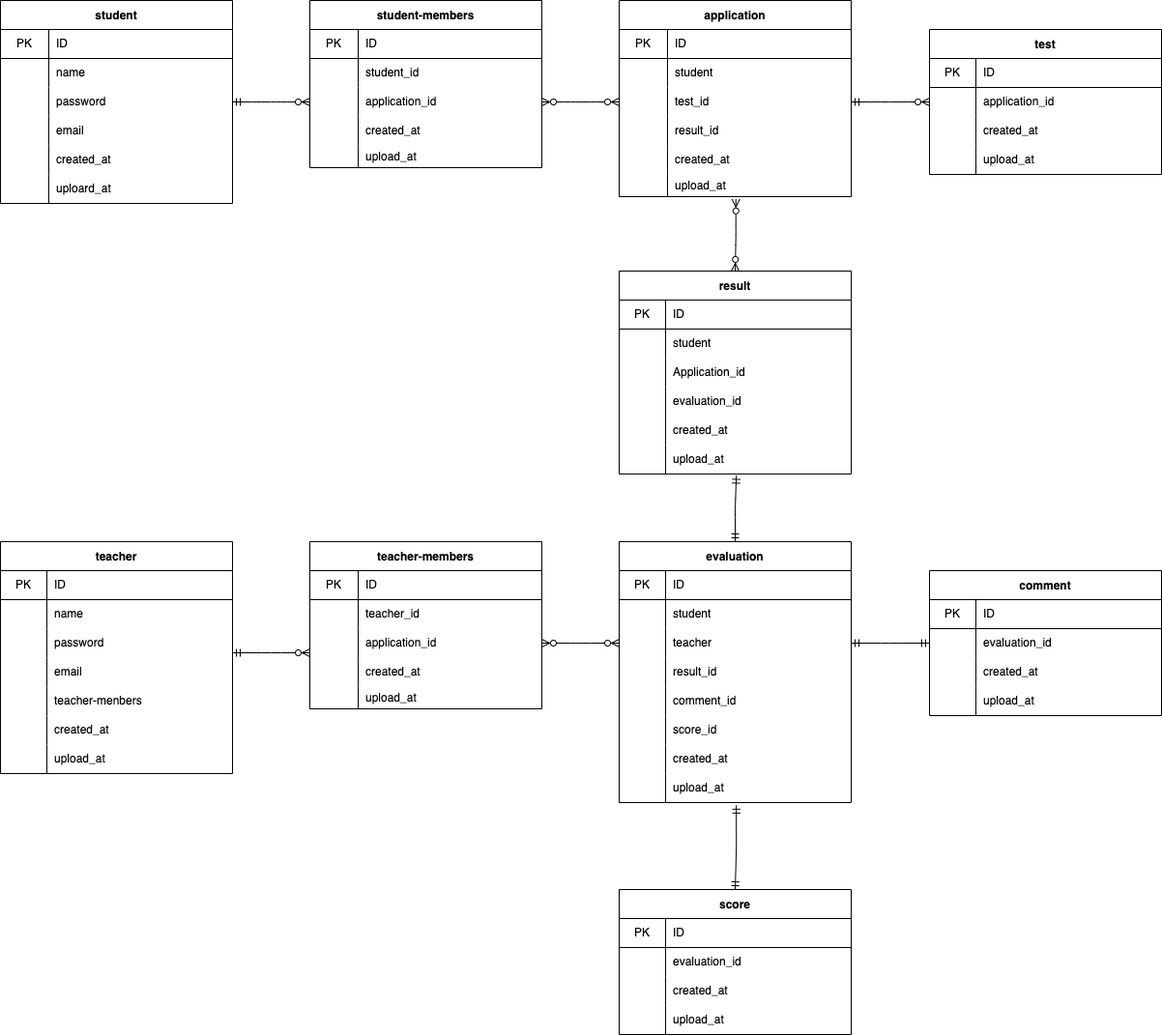
The draw.io diagram index.drawio.png in nishimura87/20220731nishimura, before a commit. Source tidied: cells renumbered, new cells last; positions are measured from the earlier drawing's top-left corner, leaving out a move shared by most shapes.
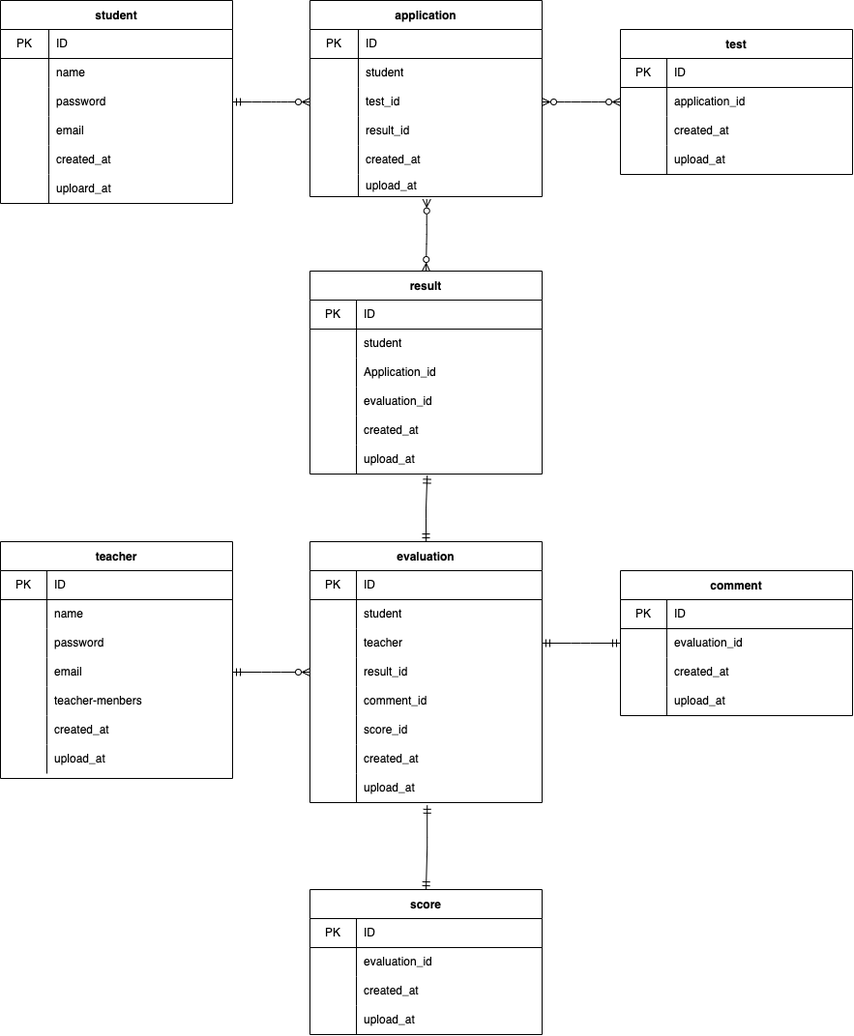
The same diagram one commit later.

Change to the diagram source:
```diff
@@ -3,7 +3,7 @@
     <mxCell id="0" />
     <mxCell id="1" parent="0" />
     <mxCell id="2" value="student" style="shape=table;startSize=30;rowLines=0;fontStyle=1;align=center;" parent="1" vertex="1">
-      <mxGeometry width="240" height="210" as="geometry" />
+      <mxGeometry x="320" width="240" height="210" as="geometry" />
     </mxCell>
     <mxCell id="3" style="shape=partialRectangle;html=1;whiteSpace=wrap;fillColor=none;top=0;left=0;bottom=1;right=0;" parent="2" vertex="1">
       <mxGeometry y="30" width="240" height="30" as="geometry" />
@@ -156,7 +156,7 @@
       <mxGeometry x="48" width="192" height="30" as="geometry" />
     </mxCell>
     <mxCell id="53" value="teacher" style="shape=table;startSize=30;rowLines=0;fontStyle=1;align=center;" parent="1" vertex="1">
-      <mxGeometry y="560" width="240" height="240" as="geometry" />
+      <mxGeometry x="320" y="560" width="240" height="245" as="geometry" />
     </mxCell>
     <mxCell id="54" style="shape=partialRectangle;html=1;whiteSpace=wrap;fillColor=none;top=0;left=0;bottom=1;right=0;" parent="53" vertex="1">
       <mxGeometry y="30" width="240" height="30" as="geometry" />
@@ -221,10 +221,10 @@
     <mxCell id="74" value="upload_at" style="shape=partialRectangle;html=1;whiteSpace=wrap;fillColor=none;top=0;left=0;bottom=0;right=0;align=left;spacingLeft=6;overflow=hidden;" parent="72" vertex="1">
       <mxGeometry x="48" width="192" height="30" as="geometry" />
     </mxCell>
-    <mxCell id="75" style="endArrow=ERzeroToMany;html=1;exitX=1;exitY=0.5;exitDx=0;exitDy=0;entryX=0;entryY=0.5;entryDx=0;entryDy=0;edgeStyle=entityRelationEdgeStyle;endFill=0;startArrow=ERmandOne;startFill=0;" parent="1" edge="1" source="9" target="138">
+    <mxCell id="75" style="endArrow=ERzeroToMany;html=1;exitX=1;exitY=0.5;exitDx=0;exitDy=0;entryX=0;entryY=0.5;entryDx=0;entryDy=0;edgeStyle=entityRelationEdgeStyle;endFill=0;startArrow=ERmandOne;startFill=0;" parent="1" edge="1" source="9" target="28">
       <mxGeometry relative="1" as="geometry" />
     </mxCell>
-    <mxCell id="76" style="endArrow=ERzeroToMany;html=1;edgeStyle=entityRelationEdgeStyle;endFill=0;startArrow=ERmandOne;startFill=0;elbow=vertical;exitX=1;exitY=0.5;exitDx=0;exitDy=0;entryX=0;entryY=0.5;entryDx=0;entryDy=0;" parent="1" edge="1" source="28" target="44">
+    <mxCell id="76" style="endArrow=ERzeroToMany;html=1;edgeStyle=entityRelationEdgeStyle;endFill=0;startArrow=ERzeroToMany;startFill=0;elbow=vertical;exitX=1;exitY=0.5;exitDx=0;exitDy=0;entryX=0;entryY=0.5;entryDx=0;entryDy=0;" parent="1" edge="1" source="28" target="44">
       <mxGeometry relative="1" as="geometry" />
     </mxCell>
     <mxCell id="77" style="edgeStyle=elbowEdgeStyle;html=1;startArrow=ERzeroToMany;startFill=0;endArrow=ERzeroToMany;endFill=0;exitX=0.503;exitY=1.118;exitDx=0;exitDy=0;exitPerimeter=0;entryX=0.5;entryY=0;entryDx=0;entryDy=0;elbow=vertical;" parent="1" edge="1" source="37" target="148">
@@ -389,57 +389,6 @@
     <mxCell id="130" style="edgeStyle=elbowEdgeStyle;elbow=vertical;html=1;startArrow=ERmandOne;startFill=0;endArrow=ERmandOne;endFill=0;exitX=0.505;exitY=1.095;exitDx=0;exitDy=0;exitPerimeter=0;entryX=0.5;entryY=0;entryDx=0;entryDy=0;" parent="1" edge="1" source="100" target="103">
       <mxGeometry relative="1" as="geometry" />
     </mxCell>
-    <mxCell id="131" value="student-members" style="shape=table;startSize=30;rowLines=0;fontStyle=1;align=center;" parent="1" vertex="1">
-      <mxGeometry x="320" width="240" height="173" as="geometry" />
-    </mxCell>
-    <mxCell id="132" style="shape=partialRectangle;html=1;whiteSpace=wrap;fillColor=none;top=0;left=0;bottom=1;right=0;" parent="131" vertex="1">
-      <mxGeometry y="30" width="240" height="30" as="geometry" />
-    </mxCell>
-    <mxCell id="133" value="PK" style="shape=partialRectangle;html=1;whiteSpace=wrap;fillColor=none;top=0;left=0;bottom=0;right=0;overflow=hidden;" parent="132" vertex="1">
-      <mxGeometry width="50" height="30" as="geometry" />
-    </mxCell>
-    <mxCell id="134" value="ID" style="shape=partialRectangle;html=1;whiteSpace=wrap;fillColor=none;top=0;left=0;bottom=0;right=0;align=left;spacingLeft=6;overflow=hidden;" parent="132" vertex="1">
-      <mxGeometry x="50" width="190" height="30" as="geometry" />
-    </mxCell>
-    <mxCell id="135" style="shape=partialRectangle;html=1;whiteSpace=wrap;fillColor=none;top=0;left=0;bottom=0;right=0;" parent="131" vertex="1">
-      <mxGeometry y="60" width="240" height="30" as="geometry" />
-    </mxCell>
-    <mxCell id="136" style="shape=partialRectangle;html=1;whiteSpace=wrap;fillColor=none;top=0;left=0;bottom=0;right=0;overflow=hidden;" parent="135" vertex="1">
-      <mxGeometry width="50" height="30" as="geometry" />
-    </mxCell>
-    <mxCell id="137" value="student_id" style="shape=partialRectangle;html=1;whiteSpace=wrap;fillColor=none;top=0;left=0;bottom=0;right=0;align=left;spacingLeft=6;overflow=hidden;" parent="135" vertex="1">
-      <mxGeometry x="50" width="190" height="30" as="geometry" />
-    </mxCell>
-    <mxCell id="138" style="shape=partialRectangle;html=1;whiteSpace=wrap;fillColor=none;top=0;left=0;bottom=0;right=0;points=[[0,0.5],[1,0.5]];portConstraint=eastwest;" parent="131" vertex="1">
-      <mxGeometry y="90" width="240" height="30" as="geometry" />
-    </mxCell>
-    <mxCell id="139" style="shape=partialRectangle;html=1;whiteSpace=wrap;fillColor=none;top=0;left=0;bottom=0;right=0;overflow=hidden;" parent="138" vertex="1">
-      <mxGeometry width="50" height="30" as="geometry" />
-    </mxCell>
-    <mxCell id="140" value="application_id" style="shape=partialRectangle;html=1;whiteSpace=wrap;fillColor=none;top=0;left=0;bottom=0;right=0;align=left;spacingLeft=6;overflow=hidden;" parent="138" vertex="1">
-      <mxGeometry x="50" width="190" height="30" as="geometry" />
-    </mxCell>
-    <mxCell id="141" style="shape=partialRectangle;html=1;whiteSpace=wrap;fillColor=none;top=0;left=0;bottom=0;right=0;" parent="131" vertex="1">
-      <mxGeometry y="120" width="240" height="30" as="geometry" />
-    </mxCell>
-    <mxCell id="142" style="shape=partialRectangle;html=1;whiteSpace=wrap;fillColor=none;top=0;left=0;bottom=0;right=0;overflow=hidden;" parent="141" vertex="1">
-      <mxGeometry width="50" height="30" as="geometry" />
-    </mxCell>
-    <mxCell id="143" value="created_at" style="shape=partialRectangle;html=1;whiteSpace=wrap;fillColor=none;top=0;left=0;bottom=0;right=0;align=left;spacingLeft=6;overflow=hidden;" parent="141" vertex="1">
-      <mxGeometry x="50" width="190" height="30" as="geometry" />
-    </mxCell>
-    <mxCell id="144" style="shape=partialRectangle;html=1;whiteSpace=wrap;fillColor=none;top=0;left=0;bottom=0;right=0;" parent="131" vertex="1">
-      <mxGeometry y="150" width="240" height="23" as="geometry" />
-    </mxCell>
-    <mxCell id="145" style="shape=partialRectangle;html=1;whiteSpace=wrap;fillColor=none;top=0;left=0;bottom=0;right=0;overflow=hidden;" parent="144" vertex="1">
-      <mxGeometry width="50" height="23" as="geometry" />
-    </mxCell>
-    <mxCell id="146" value="upload_at" style="shape=partialRectangle;html=1;whiteSpace=wrap;fillColor=none;top=0;left=0;bottom=0;right=0;align=left;spacingLeft=6;overflow=hidden;" parent="144" vertex="1">
-      <mxGeometry x="50" width="190" height="23" as="geometry" />
-    </mxCell>
-    <mxCell id="147" style="endArrow=ERzeroToMany;html=1;exitX=0;exitY=0.5;exitDx=0;exitDy=0;entryX=1;entryY=0.5;entryDx=0;entryDy=0;edgeStyle=entityRelationEdgeStyle;endFill=0;startArrow=ERzeroToMany;startFill=0;" parent="1" edge="1" source="28" target="138">
-      <mxGeometry relative="1" as="geometry" />
-    </mxCell>
     <mxCell id="148" value="result" style="shape=table;startSize=30;rowLines=0;fontStyle=1;align=center;" parent="1" vertex="1">
       <mxGeometry x="640" y="280" width="240" height="210" as="geometry" />
     </mxCell>
@@ -497,65 +446,11 @@
     <mxCell id="166" value="upload_at" style="shape=partialRectangle;html=1;whiteSpace=wrap;fillColor=none;top=0;left=0;bottom=0;right=0;align=left;spacingLeft=6;overflow=hidden;" parent="164" vertex="1">
       <mxGeometry x="48" width="192" height="30" as="geometry" />
     </mxCell>
-    <mxCell id="167" value="teacher-members" style="shape=table;startSize=30;rowLines=0;fontStyle=1;align=center;" parent="1" vertex="1">
-      <mxGeometry x="320" y="560" width="240" height="173" as="geometry" />
-    </mxCell>
-    <mxCell id="168" style="shape=partialRectangle;html=1;whiteSpace=wrap;fillColor=none;top=0;left=0;bottom=1;right=0;" parent="167" vertex="1">
-      <mxGeometry y="30" width="240" height="30" as="geometry" />
-    </mxCell>
-    <mxCell id="169" value="PK" style="shape=partialRectangle;html=1;whiteSpace=wrap;fillColor=none;top=0;left=0;bottom=0;right=0;overflow=hidden;" parent="168" vertex="1">
-      <mxGeometry width="50" height="30" as="geometry" />
-    </mxCell>
-    <mxCell id="170" value="ID" style="shape=partialRectangle;html=1;whiteSpace=wrap;fillColor=none;top=0;left=0;bottom=0;right=0;align=left;spacingLeft=6;overflow=hidden;" parent="168" vertex="1">
-      <mxGeometry x="50" width="190" height="30" as="geometry" />
-    </mxCell>
-    <mxCell id="171" style="shape=partialRectangle;html=1;whiteSpace=wrap;fillColor=none;top=0;left=0;bottom=0;right=0;" parent="167" vertex="1">
-      <mxGeometry y="60" width="240" height="30" as="geometry" />
-    </mxCell>
-    <mxCell id="172" style="shape=partialRectangle;html=1;whiteSpace=wrap;fillColor=none;top=0;left=0;bottom=0;right=0;overflow=hidden;" parent="171" vertex="1">
-      <mxGeometry width="50" height="30" as="geometry" />
-    </mxCell>
-    <mxCell id="173" value="teacher_id" style="shape=partialRectangle;html=1;whiteSpace=wrap;fillColor=none;top=0;left=0;bottom=0;right=0;align=left;spacingLeft=6;overflow=hidden;" parent="171" vertex="1">
-      <mxGeometry x="50" width="190" height="30" as="geometry" />
-    </mxCell>
-    <mxCell id="174" style="shape=partialRectangle;html=1;whiteSpace=wrap;fillColor=none;top=0;left=0;bottom=0;right=0;points=[[0,0.5],[1,0.5]];portConstraint=eastwest;" parent="167" vertex="1">
-      <mxGeometry y="90" width="240" height="30" as="geometry" />
-    </mxCell>
-    <mxCell id="175" style="shape=partialRectangle;html=1;whiteSpace=wrap;fillColor=none;top=0;left=0;bottom=0;right=0;overflow=hidden;" parent="174" vertex="1">
-      <mxGeometry width="50" height="30" as="geometry" />
-    </mxCell>
-    <mxCell id="176" value="application_id" style="shape=partialRectangle;html=1;whiteSpace=wrap;fillColor=none;top=0;left=0;bottom=0;right=0;align=left;spacingLeft=6;overflow=hidden;" parent="174" vertex="1">
-      <mxGeometry x="50" width="190" height="30" as="geometry" />
-    </mxCell>
-    <mxCell id="177" style="shape=partialRectangle;html=1;whiteSpace=wrap;fillColor=none;top=0;left=0;bottom=0;right=0;" parent="167" vertex="1">
-      <mxGeometry y="120" width="240" height="30" as="geometry" />
-    </mxCell>
-    <mxCell id="178" style="shape=partialRectangle;html=1;whiteSpace=wrap;fillColor=none;top=0;left=0;bottom=0;right=0;overflow=hidden;" parent="177" vertex="1">
-      <mxGeometry width="50" height="30" as="geometry" />
-    </mxCell>
-    <mxCell id="179" value="created_at" style="shape=partialRectangle;html=1;whiteSpace=wrap;fillColor=none;top=0;left=0;bottom=0;right=0;align=left;spacingLeft=6;overflow=hidden;" parent="177" vertex="1">
-      <mxGeometry x="50" width="190" height="30" as="geometry" />
-    </mxCell>
-    <mxCell id="180" style="shape=partialRectangle;html=1;whiteSpace=wrap;fillColor=none;top=0;left=0;bottom=0;right=0;" parent="167" vertex="1">
-      <mxGeometry y="150" width="240" height="23" as="geometry" />
-    </mxCell>
-    <mxCell id="181" style="shape=partialRectangle;html=1;whiteSpace=wrap;fillColor=none;top=0;left=0;bottom=0;right=0;overflow=hidden;" parent="180" vertex="1">
-      <mxGeometry width="50" height="23" as="geometry" />
-    </mxCell>
-    <mxCell id="182" value="upload_at" style="shape=partialRectangle;html=1;whiteSpace=wrap;fillColor=none;top=0;left=0;bottom=0;right=0;align=left;spacingLeft=6;overflow=hidden;" parent="180" vertex="1">
-      <mxGeometry x="50" width="190" height="23" as="geometry" />
-    </mxCell>
-    <mxCell id="183" style="edgeStyle=elbowEdgeStyle;elbow=vertical;html=1;startArrow=ERzeroToMany;startFill=0;endArrow=ERmandOne;endFill=0;exitX=0;exitY=0.5;exitDx=0;exitDy=0;entryX=1;entryY=0.5;entryDx=0;entryDy=0;" parent="1" edge="1">
-      <mxGeometry relative="1" as="geometry">
-        <mxPoint x="320" y="675" as="sourcePoint" />
-        <mxPoint x="240" y="675" as="targetPoint" />
-      </mxGeometry>
+    <mxCell id="183" style="edgeStyle=elbowEdgeStyle;elbow=vertical;html=1;startArrow=ERzeroToMany;startFill=0;endArrow=ERmandOne;endFill=0;exitX=0;exitY=0.5;exitDx=0;exitDy=0;entryX=1;entryY=0.5;entryDx=0;entryDy=0;" parent="1" edge="1" source="88" target="63">
+      <mxGeometry relative="1" as="geometry" />
     </mxCell>
     <mxCell id="184" style="edgeStyle=elbowEdgeStyle;html=1;startArrow=ERmandOne;startFill=0;endArrow=ERmandOne;endFill=0;entryX=0.505;entryY=1.048;entryDx=0;entryDy=0;exitX=0.5;exitY=0;exitDx=0;exitDy=0;entryPerimeter=0;elbow=vertical;" parent="1" edge="1" source="78" target="164">
       <mxGeometry relative="1" as="geometry" />
     </mxCell>
-    <mxCell id="185" style="edgeStyle=elbowEdgeStyle;html=1;startArrow=ERzeroToMany;startFill=0;endArrow=ERzeroToMany;endFill=0;exitX=1;exitY=0.5;exitDx=0;exitDy=0;entryX=0;entryY=0.5;entryDx=0;entryDy=0;" parent="1" edge="1" source="174" target="85">
-      <mxGeometry relative="1" as="geometry" />
-    </mxCell>
   </root>
 </mxGraphModel>
```
